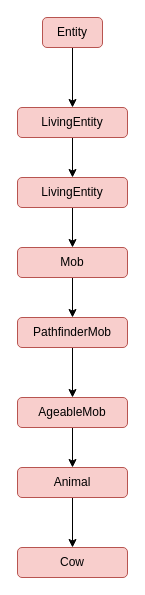
The draw.io diagram Diagram.drawio in colox/MobGroup, before the edit. Source tidied: cells renumbered, new cells numbered last; positions are measured from the earlier drawing's top-left corner, leaving out a move shared by most shapes. Both pictures are drawn from the tidied source at 100%, with x=0, y=0 at pixel (17, 17).
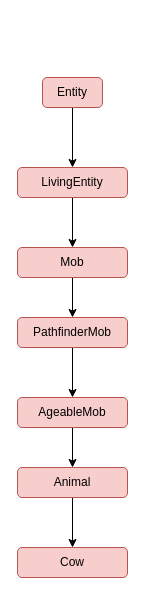
The same diagram, later.

Change to the diagram source:
```diff
@@
 <mxGraphModel>
   <root>
     <mxCell id="0" />
     <mxCell id="1" parent="0" />
     <mxCell id="2" style="edgeStyle=orthogonalEdgeStyle;rounded=0;jettySize=auto;html=1;exitX=0.5;exitY=1;exitDx=0;exitDy=0;" parent="1" edge="1" source="3" target="5">
       <mxGeometry relative="1" as="geometry" />
     </mxCell>
     <mxCell id="3" value="Entity" style="rounded=1;whiteSpace=wrap;html=1;fillColor=#f8cecc;strokeColor=#b85450;" parent="1" vertex="1">
-      <mxGeometry x="25" width="60" height="30" as="geometry" />
+      <mxGeometry x="25" y="60" width="60" height="30" as="geometry" />
     </mxCell>
-    <mxCell id="4" style="edgeStyle=orthogonalEdgeStyle;rounded=0;jettySize=auto;html=1;exitX=0.5;exitY=1;exitDx=0;exitDy=0;entryX=0.5;entryY=0;entryDx=0;entryDy=0;" parent="1" edge="1" source="5" target="7">
-      <mxGeometry relative="1" as="geometry" />
-    </mxCell>
+    <mxCell id="17" style="edgeStyle=orthogonalEdgeStyle;rounded=0;jettySize=auto;html=1;exitX=0.5;exitY=1;exitDx=0;exitDy=0;" parent="1" edge="1" source="5" target="9">
+      <mxGeometry relative="1" as="geometry" />
+    </mxCell>
     <mxCell id="5" value="LivingEntity" style="rounded=1;whiteSpace=wrap;html=1;fillColor=#f8cecc;strokeColor=#b85450;" parent="1" vertex="1">
-      <mxGeometry y="90" width="110" height="30" as="geometry" />
+      <mxGeometry y="150" width="110" height="30" as="geometry" />
     </mxCell>
-    <mxCell id="6" style="edgeStyle=orthogonalEdgeStyle;rounded=0;jettySize=auto;html=1;exitX=0.5;exitY=1;exitDx=0;exitDy=0;entryX=0.5;entryY=0;entryDx=0;entryDy=0;" parent="1" edge="1" source="7" target="9">
-      <mxGeometry relative="1" as="geometry" />
-    </mxCell>
-    <mxCell id="7" value="LivingEntity" style="rounded=1;whiteSpace=wrap;html=1;fillColor=#f8cecc;strokeColor=#b85450;" parent="1" vertex="1">
-      <mxGeometry y="160" width="110" height="30" as="geometry" />
-    </mxCell>
     <mxCell id="8" style="edgeStyle=orthogonalEdgeStyle;rounded=0;jettySize=auto;html=1;exitX=0.5;exitY=1;exitDx=0;exitDy=0;" parent="1" edge="1" source="9" target="11">
       <mxGeometry relative="1" as="geometry" />
     </mxCell>
     <mxCell id="9" value="Mob" style="rounded=1;whiteSpace=wrap;html=1;fillColor=#f8cecc;strokeColor=#b85450;" parent="1" vertex="1">
       <mxGeometry y="230" width="110" height="30" as="geometry" />
     </mxCell>
     <mxCell id="10" style="edgeStyle=orthogonalEdgeStyle;rounded=0;jettySize=auto;html=1;exitX=0.5;exitY=1;exitDx=0;exitDy=0;entryX=0.5;entryY=0;entryDx=0;entryDy=0;" parent="1" edge="1" source="11" target="13">
       <mxGeometry relative="1" as="geometry" />
     </mxCell>
     <mxCell id="11" value="PathfinderMob" style="rounded=1;whiteSpace=wrap;html=1;fillColor=#f8cecc;strokeColor=#b85450;" parent="1" vertex="1">
       <mxGeometry y="300" width="110" height="30" as="geometry" />
     </mxCell>
     <mxCell id="12" style="edgeStyle=orthogonalEdgeStyle;rounded=0;jettySize=auto;html=1;exitX=0.5;exitY=1;exitDx=0;exitDy=0;entryX=0.5;entryY=0;entryDx=0;entryDy=0;" parent="1" edge="1" source="13" target="15">
       <mxGeometry relative="1" as="geometry" />
     </mxCell>
     <mxCell id="13" value="AgeableMob" style="rounded=1;whiteSpace=wrap;html=1;fillColor=#f8cecc;strokeColor=#b85450;" parent="1" vertex="1">
       <mxGeometry y="380" width="110" height="30" as="geometry" />
     </mxCell>
     <mxCell id="14" style="edgeStyle=orthogonalEdgeStyle;rounded=0;jettySize=auto;html=1;exitX=0.5;exitY=1;exitDx=0;exitDy=0;entryX=0.5;entryY=0;entryDx=0;entryDy=0;" parent="1" edge="1" source="15" target="16">
       <mxGeometry relative="1" as="geometry" />
     </mxCell>
     <mxCell id="15" value="Animal" style="rounded=1;whiteSpace=wrap;html=1;fillColor=#f8cecc;strokeColor=#b85450;" parent="1" vertex="1">
       <mxGeometry y="450" width="110" height="30" as="geometry" />
     </mxCell>
     <mxCell id="16" value="Cow" style="rounded=1;whiteSpace=wrap;html=1;fillColor=#f8cecc;strokeColor=#b85450;" parent="1" vertex="1">
       <mxGeometry y="530" width="110" height="30" as="geometry" />
     </mxCell>
   </root>
 </mxGraphModel>
```
